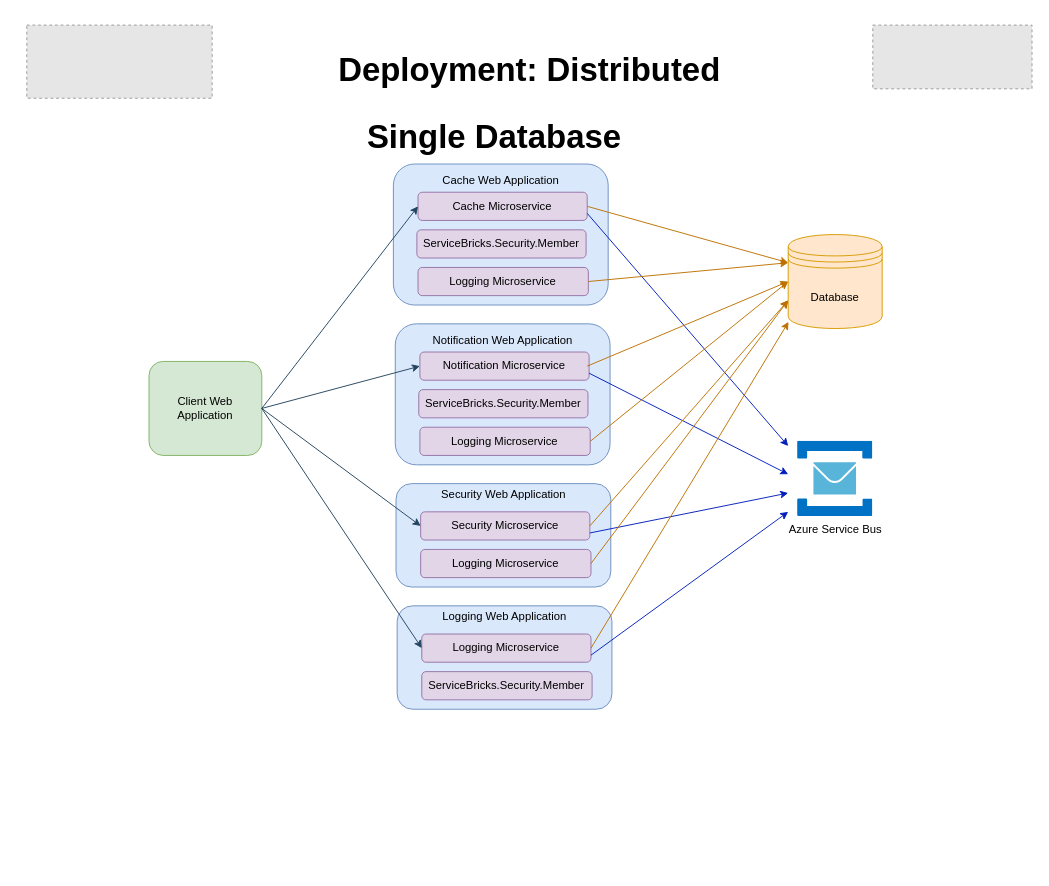
Before: page "DistributedSingle" (3 of 5) of Examples.drawio in holomodular/ServiceBricks-Examples, a draw.io diagram. Source tidied: cells renumbered, new cells numbered last; positions are measured from the earlier drawing's top-left corner, leaving out a move shared by most shapes. Both pictures are drawn from the tidied source at 94%, with x=0, y=0 at pixel (26, 24). Pictures stored in the file or linked from it are replaced by grey dashed boxes.
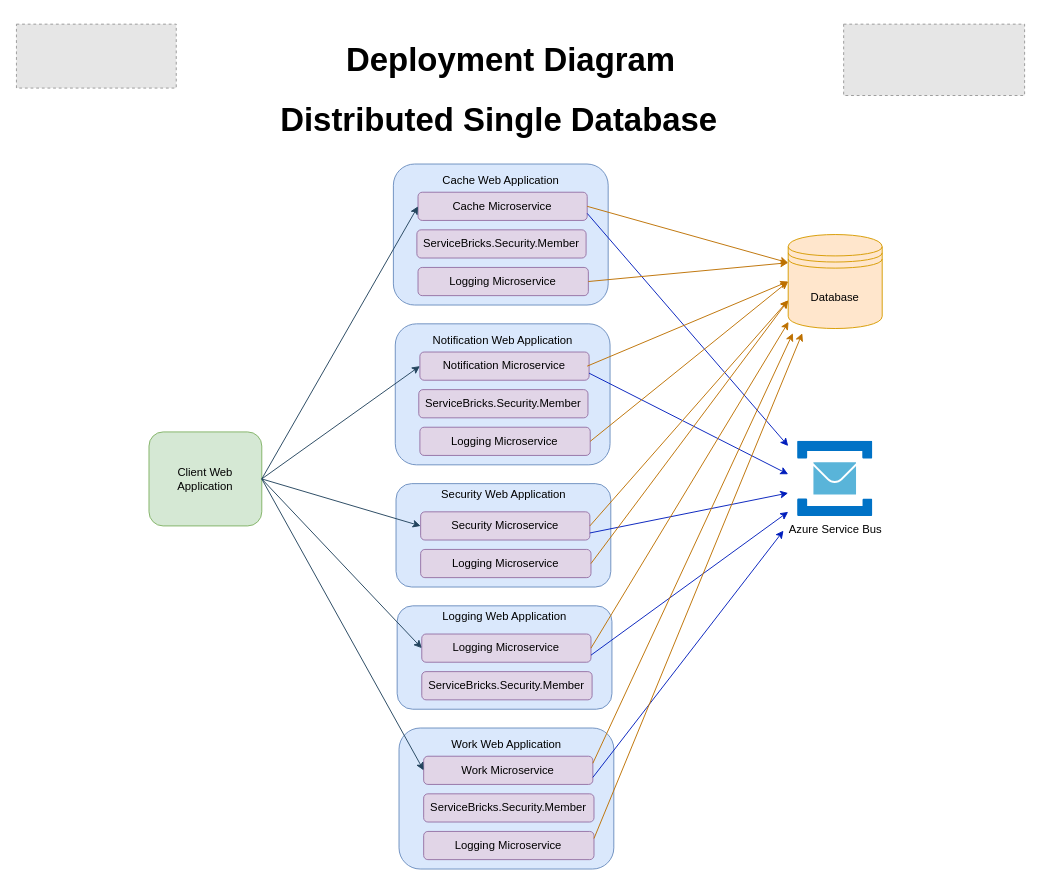
Above is the later version.

The edit, as a diff of the source:
```diff
@@
-    <mxCell id="2" style="fillColor=#E6E6E6;strokeColor=#999999;dashed=1;verticalLabelPosition=bottom;labelBackgroundColor=default;verticalAlign=top;" parent="1" vertex="1">
-      <mxGeometry x="900" y="0.2" width="169.4" height="67.8" as="geometry" />
-    </mxCell>
-    <mxCell id="3" style="fillColor=#E6E6E6;strokeColor=#999999;dashed=1;verticalLabelPosition=bottom;labelBackgroundColor=default;verticalAlign=top;" parent="1" vertex="1">
-      <mxGeometry y="0.2" width="197.2" height="77.8" as="geometry" />
-    </mxCell>
-    <mxCell id="4" value="Deployment:&amp;nbsp;&lt;span style=&quot;background-color: initial;&quot;&gt;Distributed&lt;/span&gt;" style="text;html=1;align=center;verticalAlign=middle;whiteSpace=wrap;rounded=0;fontStyle=1;fontSize=35;" parent="1" vertex="1">
-      <mxGeometry x="250" y="0.2" width="570" height="93.9" as="geometry" />
+    <mxCell id="4" value="Deployment Diagram&amp;nbsp;" style="text;html=1;align=center;verticalAlign=middle;whiteSpace=wrap;rounded=0;fontStyle=1;fontSize=35;" parent="1" vertex="1">
+      <mxGeometry x="235" y="-9.8" width="570" height="93.9" as="geometry" />
     </mxCell>
     <mxCell id="5" value="Client Web Application" style="rounded=1;whiteSpace=wrap;html=1;fillColor=#d5e8d4;strokeColor=#82b366;" parent="1" vertex="1">
-      <mxGeometry x="130" y="358" width="120" height="100" as="geometry" />
+      <mxGeometry x="130" y="433" width="120" height="100" as="geometry" />
     </mxCell>
@@
-    <mxCell id="15" value="Single Database" style="text;html=1;align=center;verticalAlign=middle;whiteSpace=wrap;rounded=0;fontStyle=1;fontSize=35;" parent="1" vertex="1">
-      <mxGeometry x="230" y="98" width="535" height="40" as="geometry" />
+    <mxCell id="15" value="Distributed Single Database" style="text;html=1;align=center;verticalAlign=middle;whiteSpace=wrap;rounded=0;fontStyle=1;fontSize=35;" parent="1" vertex="1">
+      <mxGeometry x="235" y="75.1" width="535" height="50" as="geometry" />
     </mxCell>
@@
+    <mxCell id="38" style="fillColor=#E6E6E6;strokeColor=#999999;dashed=1;verticalLabelPosition=bottom;labelBackgroundColor=default;verticalAlign=top;" parent="1" vertex="1">
+      <mxGeometry x="869" y="-0.8" width="192.5" height="75.9" as="geometry" />
+    </mxCell>
+    <mxCell id="39" style="fillColor=#E6E6E6;strokeColor=#999999;dashed=1;verticalLabelPosition=bottom;labelBackgroundColor=default;verticalAlign=top;" parent="1" vertex="1">
+      <mxGeometry x="-11" y="-0.8" width="170" height="68" as="geometry" />
+    </mxCell>
+    <mxCell id="40" value="Work Web Application&lt;div&gt;&lt;br&gt;&lt;/div&gt;&lt;div&gt;&lt;br&gt;&lt;div&gt;&lt;br&gt;&lt;/div&gt;&lt;div&gt;&lt;br&gt;&lt;/div&gt;&lt;div&gt;&lt;br&gt;&lt;/div&gt;&lt;/div&gt;&lt;div&gt;&lt;br&gt;&lt;/div&gt;&lt;div&gt;&lt;br&gt;&lt;/div&gt;&lt;div&gt;&lt;br&gt;&lt;/div&gt;" style="rounded=1;whiteSpace=wrap;html=1;fillColor=#dae8fc;strokeColor=#6c8ebf;" parent="1" vertex="1">
+      <mxGeometry x="396" y="748" width="228.5" height="150" as="geometry" />
+    </mxCell>
+    <mxCell id="41" value="Work Microservice" style="rounded=1;whiteSpace=wrap;html=1;fillColor=#e1d5e7;strokeColor=#9673a6;" parent="1" vertex="1">
+      <mxGeometry x="422.2" y="778" width="180" height="30" as="geometry" />
+    </mxCell>
+    <mxCell id="42" value="ServiceBricks.Security.Member" style="rounded=1;whiteSpace=wrap;html=1;fillColor=#e1d5e7;strokeColor=#9673a6;" parent="1" vertex="1">
+      <mxGeometry x="422.2" y="818" width="181.2" height="30" as="geometry" />
+    </mxCell>
+    <mxCell id="43" style="endArrow=classic;html=1;rounded=0;exitX=1;exitY=0.5;exitDx=0;exitDy=0;entryX=0;entryY=0.5;entryDx=0;entryDy=0;fillColor=#bac8d3;strokeColor=#23445d;" parent="1" edge="1" source="5" target="41">
+      <mxGeometry relative="1" as="geometry" />
+    </mxCell>
+    <mxCell id="44" style="endArrow=classic;html=1;rounded=0;exitX=1;exitY=0.75;exitDx=0;exitDy=0;fillColor=#0050ef;strokeColor=#001DBC;" parent="1" edge="1" source="41">
+      <mxGeometry relative="1" as="geometry">
+        <mxPoint x="805" y="538" as="targetPoint" />
+      </mxGeometry>
+    </mxCell>
+    <mxCell id="45" style="endArrow=classic;html=1;rounded=0;exitX=1;exitY=0.25;exitDx=0;exitDy=0;fillColor=#f0a30a;strokeColor=#BD7000;" parent="1" edge="1" source="41">
+      <mxGeometry relative="1" as="geometry">
+        <mxPoint x="815" y="328" as="targetPoint" />
+      </mxGeometry>
+    </mxCell>
+    <mxCell id="46" value="Logging Microservice" style="rounded=1;whiteSpace=wrap;html=1;fillColor=#e1d5e7;strokeColor=#9673a6;" parent="1" vertex="1">
+      <mxGeometry x="422.2" y="858" width="181.2" height="30" as="geometry" />
+    </mxCell>
+    <mxCell id="47" style="endArrow=classic;html=1;rounded=0;exitX=1;exitY=0.25;exitDx=0;exitDy=0;fillColor=#f0a30a;strokeColor=#BD7000;" parent="1" edge="1" source="46">
+      <mxGeometry relative="1" as="geometry">
+        <mxPoint x="825" y="328" as="targetPoint" />
+      </mxGeometry>
+    </mxCell>
```
